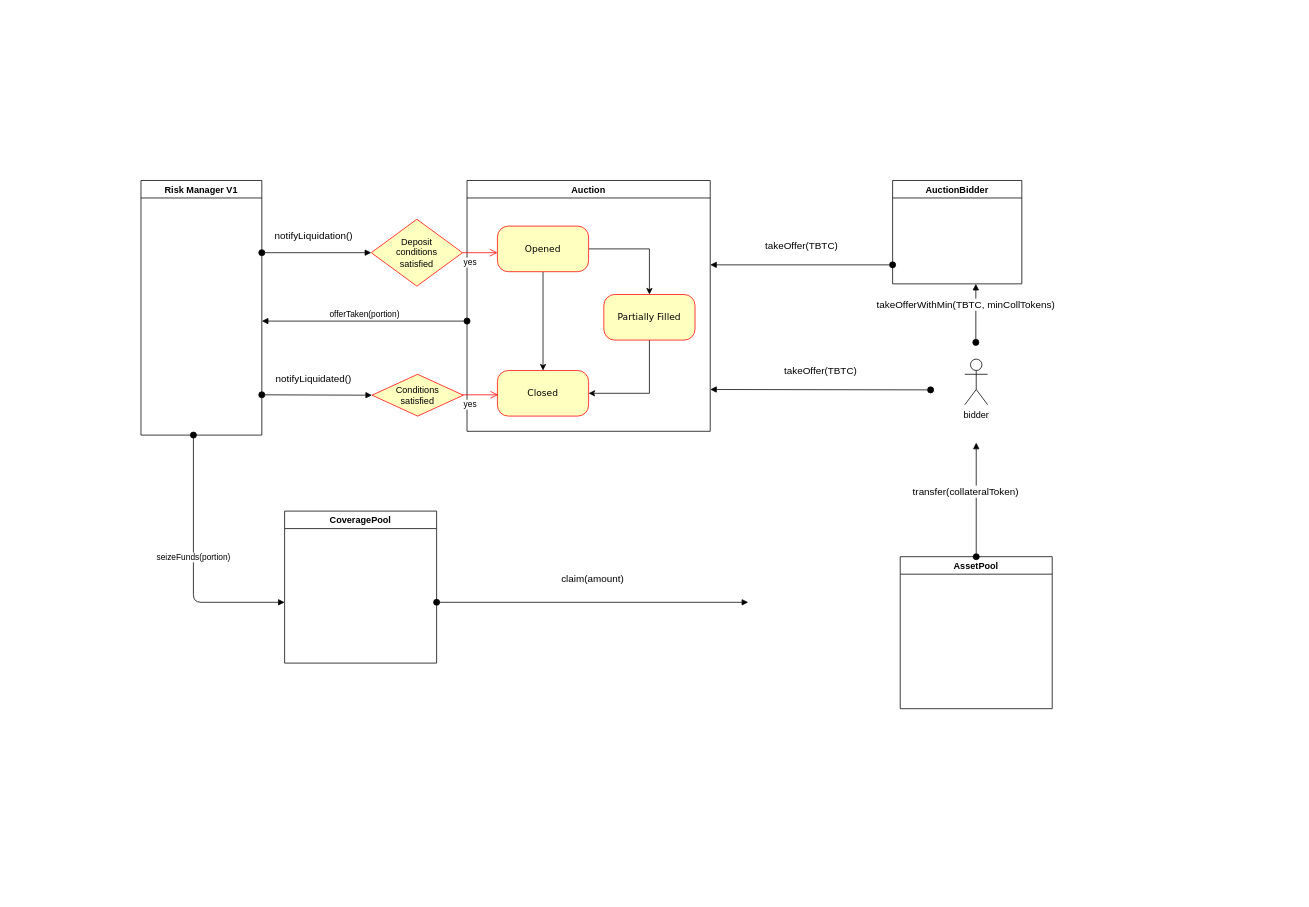
dimpar/tmp keeps this draw.io diagram as page "Page-1" (1 of 2) of diagram/Untitled Diagram.drawio. Above is the earlier version. Source tidied: cells renumbered, new cells numbered last; positions are measured from the earlier drawing's top-left corner, leaving out a move shared by most shapes. Both pictures are drawn from the tidied source at 76%, with x=0, y=0 at pixel (141, 180).
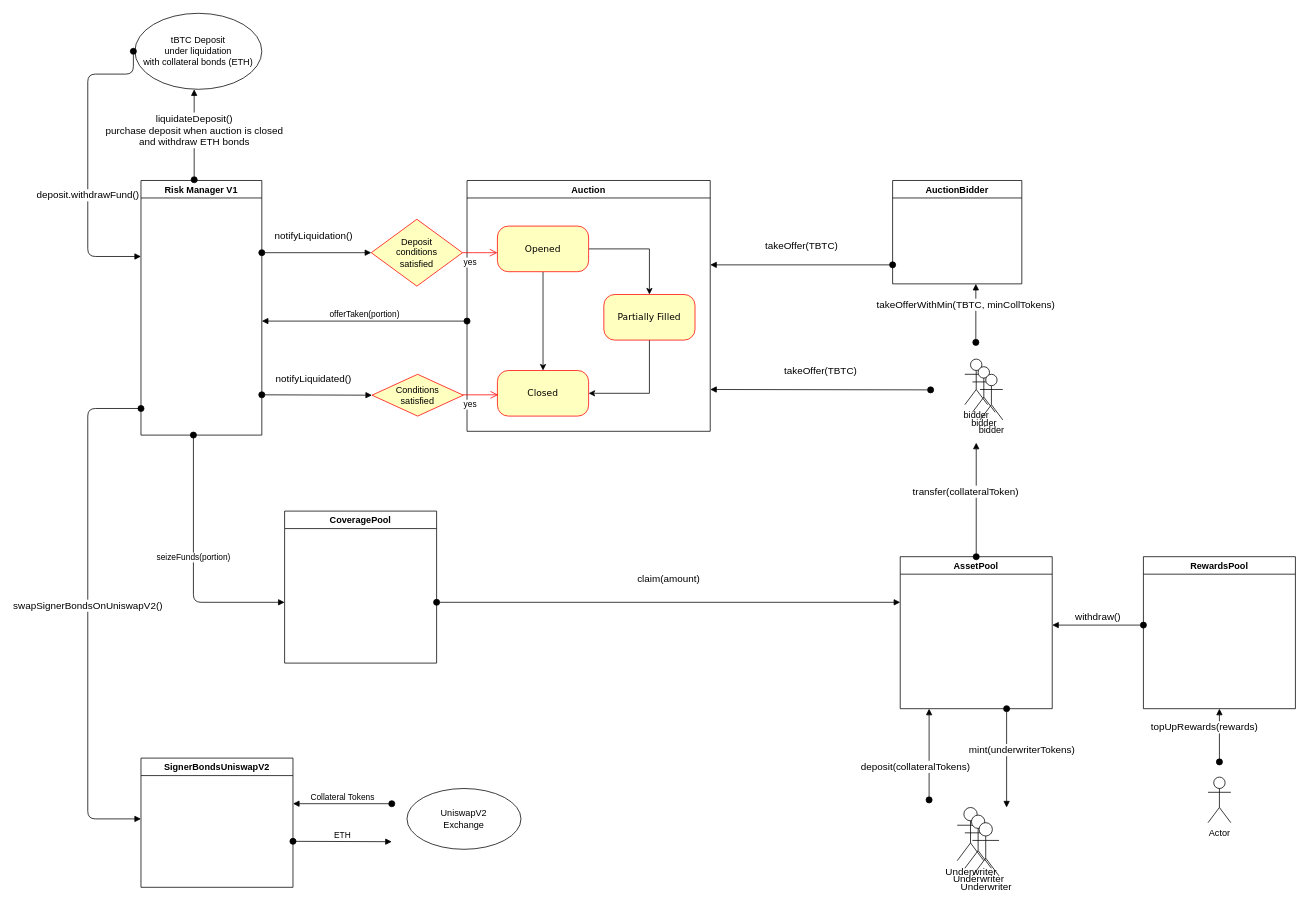
Above is the later version.

What changed in the source:
```diff
@@
     <mxCell id="23" value="&lt;font style=&quot;font-size: 13px&quot;&gt;claim(amount)&lt;/font&gt;" style="html=1;verticalAlign=bottom;startArrow=oval;startFill=1;endArrow=block;startSize=8;" parent="1" edge="1">
       <mxGeometry y="20" relative="1" as="geometry">
         <mxPoint x="389" y="555" as="sourcePoint" />
-        <mxPoint x="799" y="555" as="targetPoint" />
+        <mxPoint x="999" y="555" as="targetPoint" />
       </mxGeometry>
     </mxCell>
@@
+    <mxCell id="27" value="bidder" style="shape=umlActor;verticalLabelPosition=bottom;verticalAlign=top;html=1;" parent="1" vertex="1">
+      <mxGeometry x="1094" y="245" width="30" height="60" as="geometry" />
+    </mxCell>
+    <mxCell id="28" value="bidder" style="shape=umlActor;verticalLabelPosition=bottom;verticalAlign=top;html=1;" parent="1" vertex="1">
+      <mxGeometry x="1104" y="255" width="30" height="60" as="geometry" />
+    </mxCell>
+    <mxCell id="29" value="&lt;font style=&quot;font-size: 13px&quot;&gt;Underwriter&lt;/font&gt;" style="shape=umlActor;verticalLabelPosition=bottom;verticalAlign=top;html=1;" parent="1" vertex="1">
+      <mxGeometry x="1074" y="825" width="35" height="70" as="geometry" />
+    </mxCell>
+    <mxCell id="30" value="&lt;font style=&quot;font-size: 13px&quot;&gt;Underwriter&lt;/font&gt;" style="shape=umlActor;verticalLabelPosition=bottom;verticalAlign=top;html=1;" parent="1" vertex="1">
+      <mxGeometry x="1084" y="835" width="35" height="70" as="geometry" />
+    </mxCell>
+    <mxCell id="31" value="&lt;font style=&quot;font-size: 13px&quot;&gt;Underwriter&lt;/font&gt;" style="shape=umlActor;verticalLabelPosition=bottom;verticalAlign=top;html=1;" parent="1" vertex="1">
+      <mxGeometry x="1094" y="845" width="35" height="70" as="geometry" />
+    </mxCell>
+    <mxCell id="32" value="&lt;font style=&quot;font-size: 13px&quot;&gt;mint(underwriterTokens)&lt;/font&gt;" style="html=1;verticalAlign=bottom;startArrow=oval;startFill=1;endArrow=block;startSize=8;" parent="1" edge="1">
+      <mxGeometry y="20" relative="1" as="geometry">
+        <mxPoint x="1139" y="695" as="sourcePoint" />
+        <mxPoint x="1139" y="825" as="targetPoint" />
+      </mxGeometry>
+    </mxCell>
+    <mxCell id="33" value="&lt;font style=&quot;font-size: 13px&quot;&gt;deposit(collateralTokens)&lt;/font&gt;" style="html=1;verticalAlign=bottom;startArrow=oval;startFill=1;endArrow=block;startSize=8;" parent="1" edge="1">
+      <mxGeometry x="-0.45" y="18" relative="1" as="geometry">
+        <mxPoint x="1037" y="815" as="sourcePoint" />
+        <mxPoint x="1037" y="695" as="targetPoint" />
+      </mxGeometry>
+    </mxCell>
+    <mxCell id="34" value="RewardsPool" style="swimlane;" parent="1" vertex="1">
+      <mxGeometry x="1319" y="495" width="200" height="200" as="geometry" />
+    </mxCell>
+    <mxCell id="35" value="&lt;font style=&quot;font-size: 13px&quot;&gt;withdraw()&lt;/font&gt;" style="html=1;verticalAlign=bottom;startArrow=oval;startFill=1;endArrow=block;startSize=8;" parent="1" edge="1">
+      <mxGeometry relative="1" as="geometry">
+        <mxPoint x="1319" y="585" as="sourcePoint" />
+        <mxPoint x="1199" y="585" as="targetPoint" />
+      </mxGeometry>
+    </mxCell>
+    <mxCell id="36" value="Actor" style="shape=umlActor;verticalLabelPosition=bottom;verticalAlign=top;html=1;" parent="1" vertex="1">
+      <mxGeometry x="1404" y="785" width="30" height="60" as="geometry" />
+    </mxCell>
+    <mxCell id="37" value="&lt;font style=&quot;font-size: 13px&quot;&gt;topUpRewards(rewards)&lt;/font&gt;" style="html=1;verticalAlign=bottom;startArrow=oval;startFill=1;endArrow=block;startSize=8;" parent="1" edge="1">
+      <mxGeometry y="20" relative="1" as="geometry">
+        <mxPoint x="1419" y="765" as="sourcePoint" />
+        <mxPoint x="1419" y="695" as="targetPoint" />
+      </mxGeometry>
+    </mxCell>
+    <mxCell id="38" value="tBTC Deposit&lt;br&gt;under liquidation&lt;br&gt;with collateral bonds (ETH)" style="ellipse;whiteSpace=wrap;html=1;" parent="1" vertex="1">
+      <mxGeometry x="-8" y="-220" width="167" height="100" as="geometry" />
+    </mxCell>
+    <mxCell id="39" value="&lt;font style=&quot;font-size: 13px&quot;&gt;liquidateDeposit()&lt;br&gt;purchase deposit when auction is closed&lt;br&gt;and withdraw ETH bonds&lt;/font&gt;" style="html=1;verticalAlign=bottom;startArrow=oval;startFill=1;endArrow=block;startSize=8;" parent="1" edge="1">
+      <mxGeometry x="-0.34" relative="1" as="geometry">
+        <mxPoint x="70" y="-1" as="sourcePoint" />
+        <mxPoint x="70" y="-120" as="targetPoint" />
+      </mxGeometry>
+    </mxCell>
+    <mxCell id="40" value="&lt;font style=&quot;font-size: 13px&quot;&gt;deposit.withdrawFund()&lt;/font&gt;" style="html=1;verticalAlign=bottom;startArrow=oval;startFill=1;endArrow=block;startSize=8;edgeStyle=orthogonalEdgeStyle;" parent="1" edge="1">
+      <mxGeometry x="0.3" relative="1" as="geometry">
+        <mxPoint x="-10" y="-170" as="sourcePoint" />
+        <mxPoint y="100" as="targetPoint" />
+        <Array as="points">
+          <mxPoint x="-10" y="-140" />
+          <mxPoint x="-70" y="-140" />
+        </Array>
+      </mxGeometry>
+    </mxCell>
+    <mxCell id="41" value="SignerBondsUniswapV2" style="swimlane;" parent="1" vertex="1">
+      <mxGeometry y="760" width="200" height="170" as="geometry" />
+    </mxCell>
+    <mxCell id="42" value="&lt;font style=&quot;font-size: 13px&quot;&gt;swapSignerBondsOnUniswapV2()&lt;/font&gt;" style="html=1;verticalAlign=bottom;startArrow=oval;startFill=1;endArrow=block;startSize=8;edgeStyle=orthogonalEdgeStyle;" parent="1" edge="1">
+      <mxGeometry relative="1" as="geometry">
+        <mxPoint y="300" as="sourcePoint" />
+        <mxPoint y="840" as="targetPoint" />
+        <Array as="points">
+          <mxPoint x="-70" y="300" />
+          <mxPoint x="-70" y="840" />
+        </Array>
+      </mxGeometry>
+    </mxCell>
+    <mxCell id="43" value="UniswapV2&lt;br&gt;Exchange" style="ellipse;whiteSpace=wrap;html=1;" parent="1" vertex="1">
+      <mxGeometry x="350" y="800" width="150" height="80" as="geometry" />
+    </mxCell>
+    <mxCell id="44" value="ETH" style="html=1;verticalAlign=bottom;startArrow=oval;startFill=1;endArrow=block;startSize=8;" parent="1" edge="1">
+      <mxGeometry relative="1" as="geometry">
+        <mxPoint x="200" y="869.5" as="sourcePoint" />
+        <mxPoint x="330" y="870" as="targetPoint" />
+      </mxGeometry>
+    </mxCell>
+    <mxCell id="45" value="Collateral Tokens" style="html=1;verticalAlign=bottom;startArrow=oval;startFill=1;endArrow=block;startSize=8;" parent="1" edge="1">
+      <mxGeometry relative="1" as="geometry">
+        <mxPoint x="330" y="820" as="sourcePoint" />
+        <mxPoint x="200" y="820" as="targetPoint" />
+      </mxGeometry>
+    </mxCell>
```
